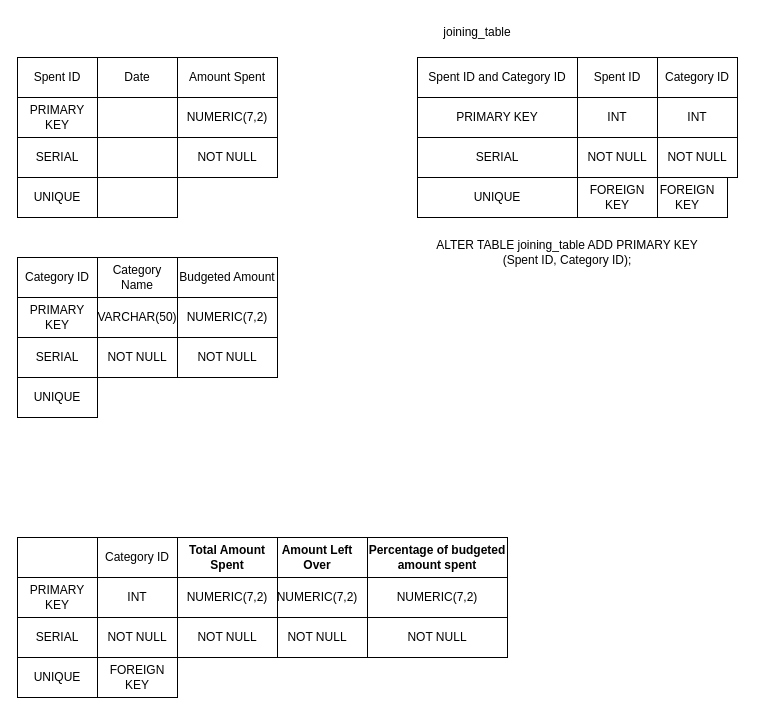
The draw.io diagram database_flow_diagram.drawio in Kanyisa-Ntombini/budget_app, before the edit. Source tidied: cells renumbered, new cells numbered last; positions are measured from the earlier drawing's top-left corner, leaving out a move shared by most shapes. Both pictures are drawn from the tidied source at 100%, with x=0, y=0 at pixel (17, 17).
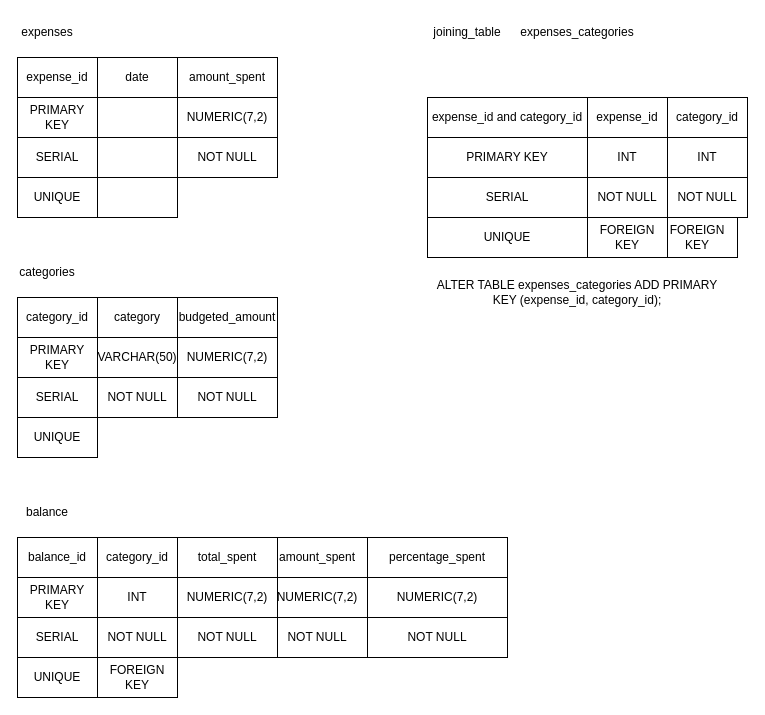
The same page after the edit.

Change to the diagram source:
```diff
@@
-    <mxCell id="2" value="Spent ID" style="rounded=0;whiteSpace=wrap;html=1;" parent="1" vertex="1">
+    <mxCell id="2" value="expense_id" style="rounded=0;whiteSpace=wrap;html=1;" parent="1" vertex="1">
       <mxGeometry y="40" width="80" height="40" as="geometry" />
     </mxCell>
-    <mxCell id="3" value="Date" style="rounded=0;whiteSpace=wrap;html=1;" parent="1" vertex="1">
+    <mxCell id="3" value="date" style="rounded=0;whiteSpace=wrap;html=1;" parent="1" vertex="1">
       <mxGeometry x="80" y="40" width="80" height="40" as="geometry" />
     </mxCell>
-    <mxCell id="4" value="Category ID" style="rounded=0;whiteSpace=wrap;html=1;" parent="1" vertex="1">
-      <mxGeometry x="640" y="40" width="80" height="40" as="geometry" />
+    <mxCell id="4" value="category_id" style="rounded=0;whiteSpace=wrap;html=1;" parent="1" vertex="1">
+      <mxGeometry x="650" y="80" width="80" height="40" as="geometry" />
     </mxCell>
-    <mxCell id="5" value="Amount Spent" style="rounded=0;whiteSpace=wrap;html=1;" parent="1" vertex="1">
+    <mxCell id="5" value="amount_spent" style="rounded=0;whiteSpace=wrap;html=1;" parent="1" vertex="1">
       <mxGeometry x="160" y="40" width="100" height="40" as="geometry" />
     </mxCell>
@@
     <mxCell id="9" value="FOREIGN KEY" style="rounded=0;whiteSpace=wrap;html=1;" parent="1" vertex="1">
-      <mxGeometry x="630" y="160" width="80" height="40" as="geometry" />
+      <mxGeometry x="640" y="200" width="80" height="40" as="geometry" />
     </mxCell>
@@
     <mxCell id="12" value="NOT NULL" style="rounded=0;whiteSpace=wrap;html=1;" parent="1" vertex="1">
-      <mxGeometry x="640" y="120" width="80" height="40" as="geometry" />
+      <mxGeometry x="650" y="160" width="80" height="40" as="geometry" />
     </mxCell>
@@
-    <mxCell id="16" value="Category ID" style="rounded=0;whiteSpace=wrap;html=1;" parent="1" vertex="1">
-      <mxGeometry y="240" width="80" height="40" as="geometry" />
+    <mxCell id="16" value="category_id" style="rounded=0;whiteSpace=wrap;html=1;" parent="1" vertex="1">
+      <mxGeometry y="280" width="80" height="40" as="geometry" />
     </mxCell>
-    <mxCell id="17" value="Category Name" style="rounded=0;whiteSpace=wrap;html=1;" parent="1" vertex="1">
-      <mxGeometry x="80" y="240" width="80" height="40" as="geometry" />
+    <mxCell id="17" value="category" style="rounded=0;whiteSpace=wrap;html=1;" parent="1" vertex="1">
+      <mxGeometry x="80" y="280" width="80" height="40" as="geometry" />
     </mxCell>
-    <mxCell id="18" value="Budgeted Amount" style="rounded=0;whiteSpace=wrap;html=1;" parent="1" vertex="1">
-      <mxGeometry x="160" y="240" width="100" height="40" as="geometry" />
+    <mxCell id="18" value="budgeted_amount" style="rounded=0;whiteSpace=wrap;html=1;" parent="1" vertex="1">
+      <mxGeometry x="160" y="280" width="100" height="40" as="geometry" />
     </mxCell>
     <mxCell id="19" value="VARCHAR(50)" style="rounded=0;whiteSpace=wrap;html=1;" parent="1" vertex="1">
-      <mxGeometry x="80" y="280" width="80" height="40" as="geometry" />
+      <mxGeometry x="80" y="320" width="80" height="40" as="geometry" />
     </mxCell>
     <mxCell id="20" value="INT" style="rounded=0;whiteSpace=wrap;html=1;" parent="1" vertex="1">
-      <mxGeometry x="640" y="80" width="80" height="40" as="geometry" />
+      <mxGeometry x="650" y="120" width="80" height="40" as="geometry" />
     </mxCell>
-    <mxCell id="21" style="rounded=0;whiteSpace=wrap;html=1;" parent="1" vertex="1">
+    <mxCell id="21" value="balance_id" style="rounded=0;whiteSpace=wrap;html=1;" parent="1" vertex="1">
       <mxGeometry y="520" width="80" height="40" as="geometry" />
     </mxCell>
     <mxCell id="22" value="PRIMARY KEY" style="rounded=0;whiteSpace=wrap;html=1;" parent="1" vertex="1">
-      <mxGeometry y="280" width="80" height="40" as="geometry" />
+      <mxGeometry y="320" width="80" height="40" as="geometry" />
     </mxCell>
     <mxCell id="23" value="SERIAL" style="rounded=0;whiteSpace=wrap;html=1;" parent="1" vertex="1">
-      <mxGeometry y="320" width="80" height="40" as="geometry" />
+      <mxGeometry y="360" width="80" height="40" as="geometry" />
     </mxCell>
     <mxCell id="24" value="UNIQUE" style="rounded=0;whiteSpace=wrap;html=1;" parent="1" vertex="1">
-      <mxGeometry y="360" width="80" height="40" as="geometry" />
+      <mxGeometry y="400" width="80" height="40" as="geometry" />
     </mxCell>
     <mxCell id="25" value="NOT NULL" style="rounded=0;whiteSpace=wrap;html=1;" parent="1" vertex="1">
-      <mxGeometry x="80" y="320" width="80" height="40" as="geometry" />
+      <mxGeometry x="80" y="360" width="80" height="40" as="geometry" />
     </mxCell>
     <mxCell id="26" value="NOT NULL" style="rounded=0;whiteSpace=wrap;html=1;" parent="1" vertex="1">
-      <mxGeometry x="160" y="320" width="100" height="40" as="geometry" />
+      <mxGeometry x="160" y="360" width="100" height="40" as="geometry" />
     </mxCell>
@@
-    <mxCell id="30" value="&lt;span style=&quot;font-weight: 700;&quot;&gt;Amount Left Over&lt;/span&gt;" style="rounded=0;whiteSpace=wrap;html=1;" parent="1" vertex="1">
+    <mxCell id="30" value="amount_spent" style="rounded=0;whiteSpace=wrap;html=1;" parent="1" vertex="1">
       <mxGeometry x="250" y="520" width="100" height="40" as="geometry" />
     </mxCell>
-    <mxCell id="31" value="&lt;span style=&quot;font-weight: 700;&quot;&gt;Percentage of budgeted amount spent&lt;/span&gt;" style="rounded=0;whiteSpace=wrap;html=1;" parent="1" vertex="1">
+    <mxCell id="31" value="percentage_spent" style="rounded=0;whiteSpace=wrap;html=1;" parent="1" vertex="1">
       <mxGeometry x="350" y="520" width="140" height="40" as="geometry" />
     </mxCell>
@@
     <mxCell id="34" value="NUMERIC(7,2)" style="rounded=0;whiteSpace=wrap;html=1;" parent="1" vertex="1">
-      <mxGeometry x="160" y="280" width="100" height="40" as="geometry" />
+      <mxGeometry x="160" y="320" width="100" height="40" as="geometry" />
     </mxCell>
@@
-    <mxCell id="37" value="Category ID" style="rounded=0;whiteSpace=wrap;html=1;" parent="1" vertex="1">
+    <mxCell id="37" value="category_id" style="rounded=0;whiteSpace=wrap;html=1;" parent="1" vertex="1">
       <mxGeometry x="80" y="520" width="80" height="40" as="geometry" />
     </mxCell>
@@
     <mxCell id="41" value="FOREIGN KEY" style="rounded=0;whiteSpace=wrap;html=1;" parent="1" vertex="1">
-      <mxGeometry x="560" y="160" width="80" height="40" as="geometry" />
+      <mxGeometry x="570" y="200" width="80" height="40" as="geometry" />
     </mxCell>
     <mxCell id="42" value="NOT NULL" style="rounded=0;whiteSpace=wrap;html=1;" parent="1" vertex="1">
-      <mxGeometry x="560" y="120" width="80" height="40" as="geometry" />
+      <mxGeometry x="570" y="160" width="80" height="40" as="geometry" />
     </mxCell>
     <mxCell id="43" value="INT" style="rounded=0;whiteSpace=wrap;html=1;" parent="1" vertex="1">
-      <mxGeometry x="560" y="80" width="80" height="40" as="geometry" />
+      <mxGeometry x="570" y="120" width="80" height="40" as="geometry" />
     </mxCell>
-    <mxCell id="44" value="Spent ID and Category ID" style="rounded=0;whiteSpace=wrap;html=1;" parent="1" vertex="1">
-      <mxGeometry x="400" y="40" width="160" height="40" as="geometry" />
+    <mxCell id="44" value="expense_id and category_id" style="rounded=0;whiteSpace=wrap;html=1;" parent="1" vertex="1">
+      <mxGeometry x="410" y="80" width="160" height="40" as="geometry" />
     </mxCell>
     <mxCell id="45" value="SERIAL" style="rounded=0;whiteSpace=wrap;html=1;" parent="1" vertex="1">
-      <mxGeometry x="400" y="120" width="160" height="40" as="geometry" />
+      <mxGeometry x="410" y="160" width="160" height="40" as="geometry" />
     </mxCell>
     <mxCell id="46" value="UNIQUE" style="rounded=0;whiteSpace=wrap;html=1;" parent="1" vertex="1">
-      <mxGeometry x="400" y="160" width="160" height="40" as="geometry" />
+      <mxGeometry x="410" y="200" width="160" height="40" as="geometry" />
     </mxCell>
     <mxCell id="47" value="PRIMARY KEY" style="rounded=0;whiteSpace=wrap;html=1;" parent="1" vertex="1">
-      <mxGeometry x="400" y="80" width="160" height="40" as="geometry" />
+      <mxGeometry x="410" y="120" width="160" height="40" as="geometry" />
     </mxCell>
-    <mxCell id="48" value="Spent ID" style="rounded=0;whiteSpace=wrap;html=1;" parent="1" vertex="1">
-      <mxGeometry x="560" y="40" width="80" height="40" as="geometry" />
+    <mxCell id="48" value="expense_id" style="rounded=0;whiteSpace=wrap;html=1;" parent="1" vertex="1">
+      <mxGeometry x="570" y="80" width="80" height="40" as="geometry" />
     </mxCell>
     <mxCell id="49" value="joining_table" style="text;html=1;whiteSpace=wrap;strokeColor=none;fillColor=none;align=center;verticalAlign=middle;rounded=0;" parent="1" vertex="1">
-      <mxGeometry x="410" width="100" height="30" as="geometry" />
+      <mxGeometry x="400" width="100" height="30" as="geometry" />
     </mxCell>
-    <mxCell id="50" value="ALTER TABLE joining_table ADD PRIMARY KEY (Spent ID, Category ID);" style="text;html=1;whiteSpace=wrap;strokeColor=none;fillColor=none;align=center;verticalAlign=middle;rounded=0;" parent="1" vertex="1">
-      <mxGeometry x="400" y="210" width="300" height="50" as="geometry" />
+    <mxCell id="50" value="ALTER TABLE expenses_categories ADD PRIMARY KEY (expense_id, category_id);" style="text;html=1;whiteSpace=wrap;strokeColor=none;fillColor=none;align=center;verticalAlign=middle;rounded=0;" parent="1" vertex="1">
+      <mxGeometry x="410" y="250" width="300" height="50" as="geometry" />
     </mxCell>
-    <mxCell id="51" value="&lt;span style=&quot;font-weight: 700;&quot;&gt;Total Amount Spent&lt;/span&gt;" style="rounded=0;whiteSpace=wrap;html=1;" parent="1" vertex="1">
+    <mxCell id="51" value="total_spent" style="rounded=0;whiteSpace=wrap;html=1;" parent="1" vertex="1">
       <mxGeometry x="160" y="520" width="100" height="40" as="geometry" />
     </mxCell>
@@
+    <mxCell id="54" value="categories" style="text;html=1;whiteSpace=wrap;strokeColor=none;fillColor=none;align=center;verticalAlign=middle;rounded=0;" parent="1" vertex="1">
+      <mxGeometry y="240" width="60" height="30" as="geometry" />
+    </mxCell>
+    <mxCell id="55" value="expenses" style="text;html=1;whiteSpace=wrap;strokeColor=none;fillColor=none;align=center;verticalAlign=middle;rounded=0;" parent="1" vertex="1">
+      <mxGeometry width="60" height="30" as="geometry" />
+    </mxCell>
+    <mxCell id="56" value="balance" style="text;html=1;whiteSpace=wrap;strokeColor=none;fillColor=none;align=center;verticalAlign=middle;rounded=0;" parent="1" vertex="1">
+      <mxGeometry y="480" width="60" height="30" as="geometry" />
+    </mxCell>
+    <mxCell id="57" value="expenses_categories" style="text;html=1;whiteSpace=wrap;strokeColor=none;fillColor=none;align=center;verticalAlign=middle;rounded=0;" parent="1" vertex="1">
+      <mxGeometry x="495" y="7.5" width="130" height="15" as="geometry" />
+    </mxCell>
```
